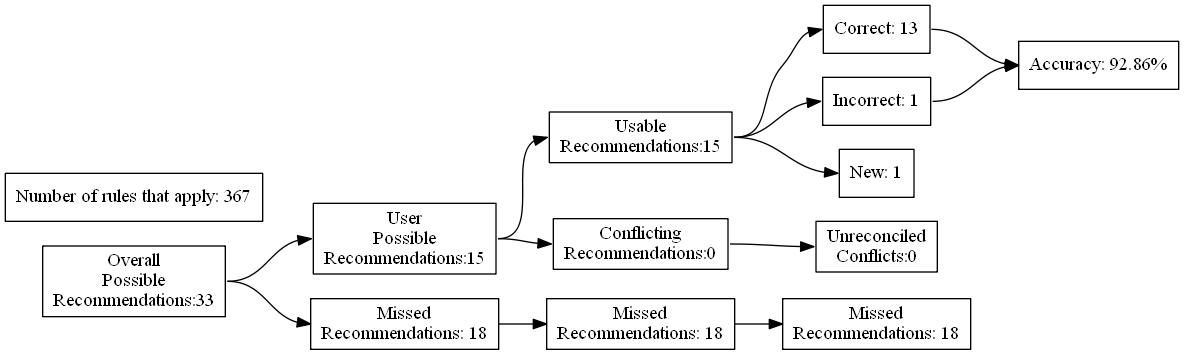
This is test_renders/77.gv.png from ZaxR/ibd_diet_analysis, a Graphviz export, as it was before one commit. Its source is kept beside it as test_renders/77.gv.
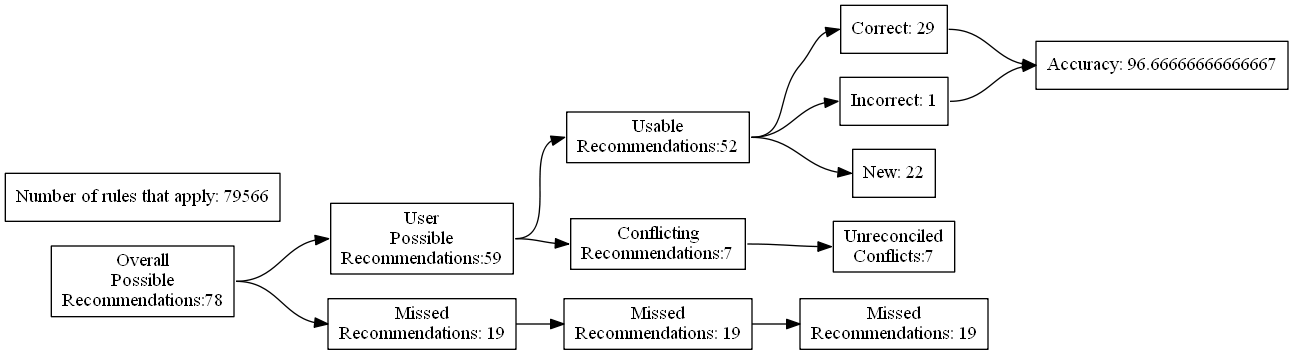
After the change.

What changed in the source:
```diff
@@ -4,27 +4,27 @@
 	edge [headport=w tailport=e]
 		A [label="Overall
 Possible
-Recommendations:33"]
+Recommendations:78"]
 		B [label="User
 Possible
-Recommendations:15"]
+Recommendations:59"]
 		C [label="Missed
-Recommendations: 18"]
+Recommendations: 19"]
 		D [label="Usable
-Recommendations:15"]
+Recommendations:52"]
 		E [label="Conflicting
-Recommendations:0"]
+Recommendations:7"]
 		J [label="Missed
-Recommendations: 18"]
+Recommendations: 19"]
 		M [label="Unreconciled
-Conflicts:0"]
-		F [label="Correct: 13"]
+Conflicts:7"]
+		F [label="Correct: 29"]
 		G [label="Incorrect: 1"]
-		H [label="New: 1"]
+		H [label="New: 22"]
 		K [label="Missed
-Recommendations: 18"]
-		I [label="Accuracy: 92.86%"]
-		l [label="Number of rules that apply: 367"]
+Recommendations: 19"]
+		I [label="Accuracy: 96.66666666666667"]
+		l [label="Number of rules that apply: 79566"]
 			A -> B
 			A -> C
 			B -> D
```
